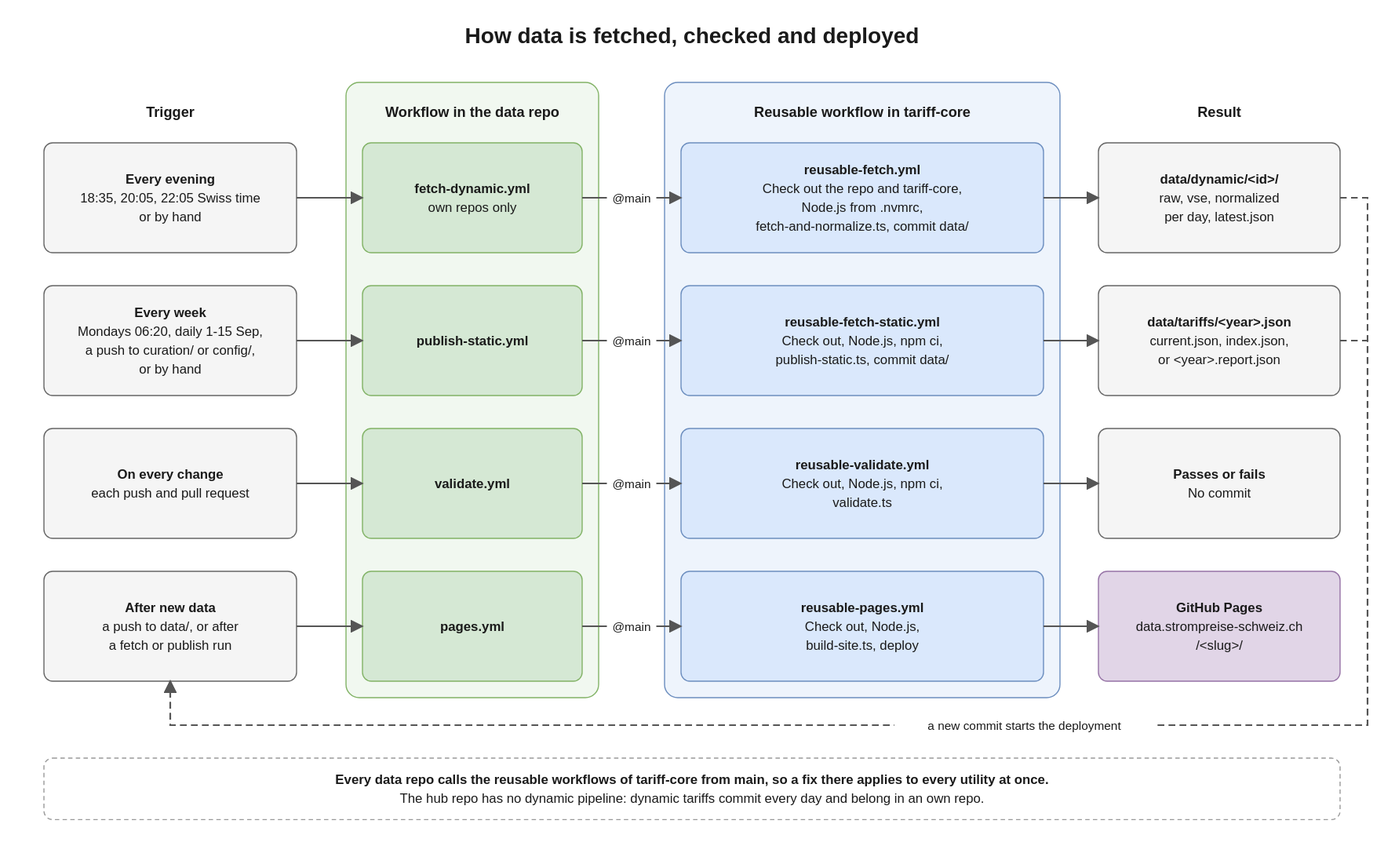
Strompreise-Schweiz/.github keeps this draw.io diagram as assets/deployment.drawio.svg. Above is the earlier version. Source tidied: cells renumbered, new cells last; positions are measured from the earlier drawing's top-left corner, leaving out a move shared by most shapes.
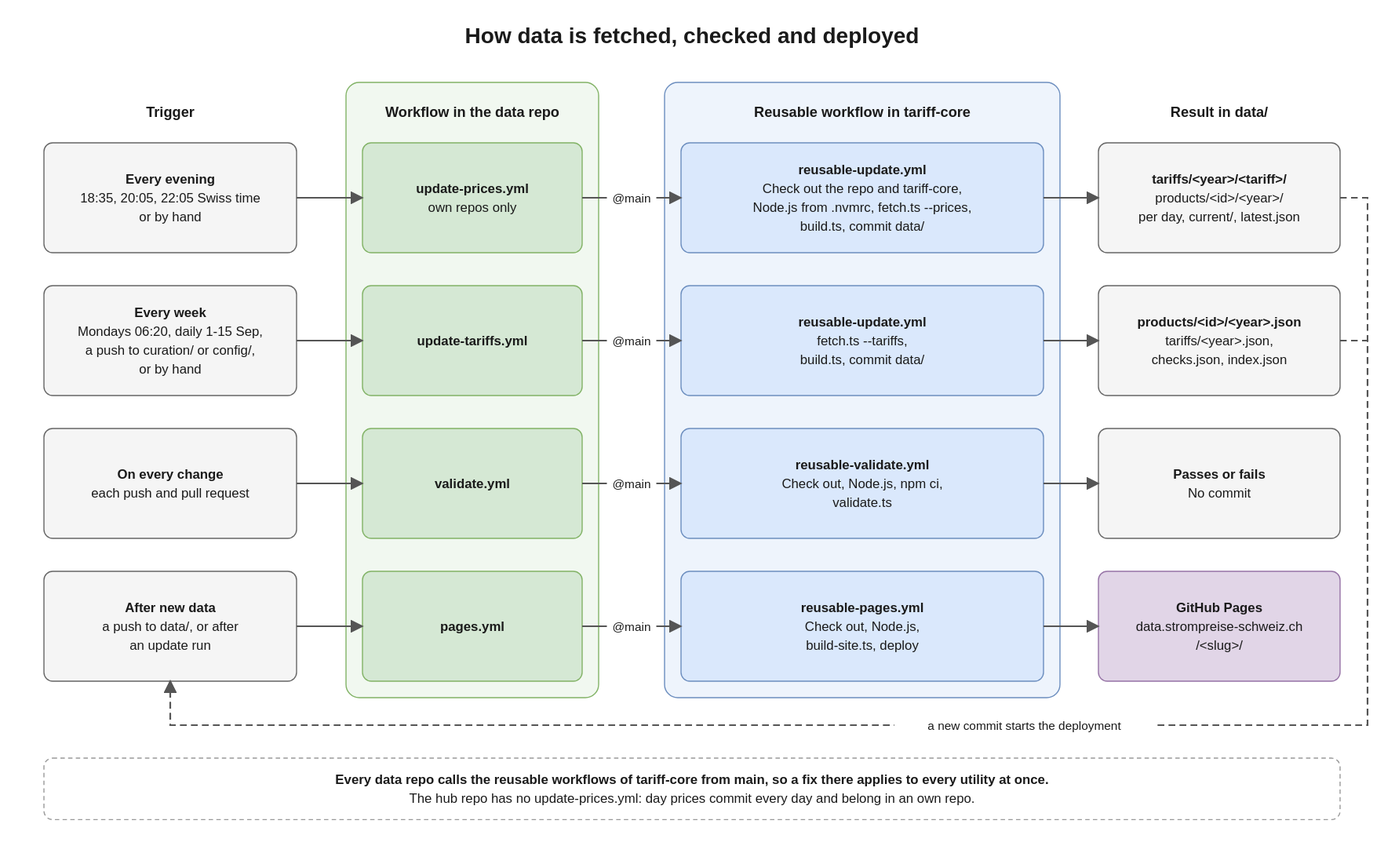
After the commit.

Commit message:
Update the deployment diagram and the profile to tariff-core 5.0.0

What changed in the source:
```diff
@@ -20,31 +20,31 @@
     <mxCell id="7" value="Reusable workflow in tariff-core" style="text;whiteSpace=wrap;html=1;fillColor=none;strokeColor=none;fontSize=13;fontColor=#1a1a1a;fontFamily=Helvetica;align=center;verticalAlign=middle;fontStyle=1;" parent="1" vertex="1">
       <mxGeometry x="580" y="70" width="330" height="34" as="geometry" />
     </mxCell>
-    <mxCell id="8" value="Result" style="text;whiteSpace=wrap;html=1;fillColor=none;strokeColor=none;fontSize=13;fontColor=#1a1a1a;fontFamily=Helvetica;align=center;verticalAlign=middle;fontStyle=1;" parent="1" vertex="1">
+    <mxCell id="8" value="Result in data/" style="text;whiteSpace=wrap;html=1;fillColor=none;strokeColor=none;fontSize=13;fontColor=#1a1a1a;fontFamily=Helvetica;align=center;verticalAlign=middle;fontStyle=1;" parent="1" vertex="1">
       <mxGeometry x="960" y="70" width="220" height="34" as="geometry" />
     </mxCell>
     <mxCell id="9" value="&lt;b&gt;Every evening&lt;/b&gt;&lt;br&gt;18:35, 20:05, 22:05 Swiss time&lt;br&gt;or by hand" style="rounded=1;absoluteArcSize=1;arcSize=16;whiteSpace=wrap;html=1;fillColor=#f5f5f5;strokeColor=#666666;fontSize=12;fontColor=#1a1a1a;fontFamily=Helvetica;align=center;verticalAlign=middle;" parent="1" vertex="1">
       <mxGeometry y="115" width="230" height="100" as="geometry" />
     </mxCell>
-    <mxCell id="10" value="&lt;b&gt;fetch-dynamic.yml&lt;/b&gt;&lt;br&gt;own repos only" style="rounded=1;absoluteArcSize=1;arcSize=16;whiteSpace=wrap;html=1;fillColor=#d5e8d4;strokeColor=#82b366;fontSize=12;fontColor=#1a1a1a;fontFamily=Helvetica;align=center;verticalAlign=middle;" parent="1" vertex="1">
+    <mxCell id="10" value="&lt;b&gt;update-prices.yml&lt;/b&gt;&lt;br&gt;own repos only" style="rounded=1;absoluteArcSize=1;arcSize=16;whiteSpace=wrap;html=1;fillColor=#d5e8d4;strokeColor=#82b366;fontSize=12;fontColor=#1a1a1a;fontFamily=Helvetica;align=center;verticalAlign=middle;" parent="1" vertex="1">
       <mxGeometry x="290" y="115" width="200" height="100" as="geometry" />
     </mxCell>
-    <mxCell id="11" value="&lt;b&gt;reusable-fetch.yml&lt;/b&gt;&lt;br&gt;Check out the repo and tariff-core,&lt;br&gt;Node.js from .nvmrc,&lt;br&gt;fetch-and-normalize.ts, commit data/" style="rounded=1;absoluteArcSize=1;arcSize=16;whiteSpace=wrap;html=1;fillColor=#dae8fc;strokeColor=#6c8ebf;fontSize=12;fontColor=#1a1a1a;fontFamily=Helvetica;align=center;verticalAlign=middle;" parent="1" vertex="1">
+    <mxCell id="11" value="&lt;b&gt;reusable-update.yml&lt;/b&gt;&lt;br&gt;Check out the repo and tariff-core,&lt;br&gt;Node.js from .nvmrc, fetch.ts --prices,&lt;br&gt;build.ts, commit data/" style="rounded=1;absoluteArcSize=1;arcSize=16;whiteSpace=wrap;html=1;fillColor=#dae8fc;strokeColor=#6c8ebf;fontSize=12;fontColor=#1a1a1a;fontFamily=Helvetica;align=center;verticalAlign=middle;" parent="1" vertex="1">
       <mxGeometry x="580" y="115" width="330" height="100" as="geometry" />
     </mxCell>
-    <mxCell id="12" value="&lt;b&gt;data/dynamic/&amp;lt;id&amp;gt;/&lt;/b&gt;&lt;br&gt;raw, vse, normalized&lt;br&gt;per day, latest.json" style="rounded=1;absoluteArcSize=1;arcSize=16;whiteSpace=wrap;html=1;fillColor=#f5f5f5;strokeColor=#666666;fontSize=12;fontColor=#1a1a1a;fontFamily=Helvetica;align=center;verticalAlign=middle;" parent="1" vertex="1">
+    <mxCell id="12" value="&lt;b&gt;tariffs/&amp;lt;year&amp;gt;/&amp;lt;tariff&amp;gt;/&lt;/b&gt;&lt;br&gt;products/&amp;lt;id&amp;gt;/&amp;lt;year&amp;gt;/&lt;br&gt;per day, current/, latest.json" style="rounded=1;absoluteArcSize=1;arcSize=16;whiteSpace=wrap;html=1;fillColor=#f5f5f5;strokeColor=#666666;fontSize=12;fontColor=#1a1a1a;fontFamily=Helvetica;align=center;verticalAlign=middle;" parent="1" vertex="1">
       <mxGeometry x="960" y="115" width="220" height="100" as="geometry" />
     </mxCell>
     <mxCell id="13" value="&lt;b&gt;Every week&lt;/b&gt;&lt;br&gt;Mondays 06:20, daily 1-15 Sep,&lt;br&gt;a push to curation/ or config/,&lt;br&gt;or by hand" style="rounded=1;absoluteArcSize=1;arcSize=16;whiteSpace=wrap;html=1;fillColor=#f5f5f5;strokeColor=#666666;fontSize=12;fontColor=#1a1a1a;fontFamily=Helvetica;align=center;verticalAlign=middle;" parent="1" vertex="1">
       <mxGeometry y="245" width="230" height="100" as="geometry" />
     </mxCell>
-    <mxCell id="14" value="&lt;b&gt;publish-static.yml&lt;/b&gt;" style="rounded=1;absoluteArcSize=1;arcSize=16;whiteSpace=wrap;html=1;fillColor=#d5e8d4;strokeColor=#82b366;fontSize=12;fontColor=#1a1a1a;fontFamily=Helvetica;align=center;verticalAlign=middle;" parent="1" vertex="1">
+    <mxCell id="14" value="&lt;b&gt;update-tariffs.yml&lt;/b&gt;" style="rounded=1;absoluteArcSize=1;arcSize=16;whiteSpace=wrap;html=1;fillColor=#d5e8d4;strokeColor=#82b366;fontSize=12;fontColor=#1a1a1a;fontFamily=Helvetica;align=center;verticalAlign=middle;" parent="1" vertex="1">
       <mxGeometry x="290" y="245" width="200" height="100" as="geometry" />
     </mxCell>
-    <mxCell id="15" value="&lt;b&gt;reusable-fetch-static.yml&lt;/b&gt;&lt;br&gt;Check out, Node.js, npm ci,&lt;br&gt;publish-static.ts, commit data/" style="rounded=1;absoluteArcSize=1;arcSize=16;whiteSpace=wrap;html=1;fillColor=#dae8fc;strokeColor=#6c8ebf;fontSize=12;fontColor=#1a1a1a;fontFamily=Helvetica;align=center;verticalAlign=middle;" parent="1" vertex="1">
+    <mxCell id="15" value="&lt;b&gt;reusable-update.yml&lt;/b&gt;&lt;br&gt;fetch.ts --tariffs,&lt;br&gt;build.ts, commit data/" style="rounded=1;absoluteArcSize=1;arcSize=16;whiteSpace=wrap;html=1;fillColor=#dae8fc;strokeColor=#6c8ebf;fontSize=12;fontColor=#1a1a1a;fontFamily=Helvetica;align=center;verticalAlign=middle;" parent="1" vertex="1">
       <mxGeometry x="580" y="245" width="330" height="100" as="geometry" />
     </mxCell>
-    <mxCell id="16" value="&lt;b&gt;data/tariffs/&amp;lt;year&amp;gt;.json&lt;/b&gt;&lt;br&gt;current.json, index.json,&lt;br&gt;or &amp;lt;year&amp;gt;.report.json" style="rounded=1;absoluteArcSize=1;arcSize=16;whiteSpace=wrap;html=1;fillColor=#f5f5f5;strokeColor=#666666;fontSize=12;fontColor=#1a1a1a;fontFamily=Helvetica;align=center;verticalAlign=middle;" parent="1" vertex="1">
+    <mxCell id="16" value="&lt;b&gt;products/&amp;lt;id&amp;gt;/&amp;lt;year&amp;gt;.json&lt;/b&gt;&lt;br&gt;tariffs/&amp;lt;year&amp;gt;.json,&lt;br&gt;checks.json, index.json" style="rounded=1;absoluteArcSize=1;arcSize=16;whiteSpace=wrap;html=1;fillColor=#f5f5f5;strokeColor=#666666;fontSize=12;fontColor=#1a1a1a;fontFamily=Helvetica;align=center;verticalAlign=middle;" parent="1" vertex="1">
       <mxGeometry x="960" y="245" width="220" height="100" as="geometry" />
     </mxCell>
     <mxCell id="17" value="&lt;b&gt;On every change&lt;/b&gt;&lt;br&gt;each push and pull request" style="rounded=1;absoluteArcSize=1;arcSize=16;whiteSpace=wrap;html=1;fillColor=#f5f5f5;strokeColor=#666666;fontSize=12;fontColor=#1a1a1a;fontFamily=Helvetica;align=center;verticalAlign=middle;" parent="1" vertex="1">
@@ -59,7 +59,7 @@
     <mxCell id="20" value="&lt;b&gt;Passes or fails&lt;/b&gt;&lt;br&gt;No commit" style="rounded=1;absoluteArcSize=1;arcSize=16;whiteSpace=wrap;html=1;fillColor=#f5f5f5;strokeColor=#666666;fontSize=12;fontColor=#1a1a1a;fontFamily=Helvetica;align=center;verticalAlign=middle;" parent="1" vertex="1">
       <mxGeometry x="960" y="375" width="220" height="100" as="geometry" />
     </mxCell>
-    <mxCell id="21" value="&lt;b&gt;After new data&lt;/b&gt;&lt;br&gt;a push to data/, or after&lt;br&gt;a fetch or publish run" style="rounded=1;absoluteArcSize=1;arcSize=16;whiteSpace=wrap;html=1;fillColor=#f5f5f5;strokeColor=#666666;fontSize=12;fontColor=#1a1a1a;fontFamily=Helvetica;align=center;verticalAlign=middle;" parent="1" vertex="1">
+    <mxCell id="21" value="&lt;b&gt;After new data&lt;/b&gt;&lt;br&gt;a push to data/, or after&lt;br&gt;an update run" style="rounded=1;absoluteArcSize=1;arcSize=16;whiteSpace=wrap;html=1;fillColor=#f5f5f5;strokeColor=#666666;fontSize=12;fontColor=#1a1a1a;fontFamily=Helvetica;align=center;verticalAlign=middle;" parent="1" vertex="1">
       <mxGeometry y="505" width="230" height="100" as="geometry" />
     </mxCell>
     <mxCell id="22" value="&lt;b&gt;pages.yml&lt;/b&gt;" style="rounded=1;absoluteArcSize=1;arcSize=16;whiteSpace=wrap;html=1;fillColor=#d5e8d4;strokeColor=#82b366;fontSize=12;fontColor=#1a1a1a;fontFamily=Helvetica;align=center;verticalAlign=middle;" parent="1" vertex="1">
@@ -71,7 +71,7 @@
     <mxCell id="24" value="&lt;b&gt;GitHub Pages&lt;/b&gt;&lt;br&gt;data.strompreise-schweiz.ch&lt;br&gt;/&amp;lt;slug&amp;gt;/" style="rounded=1;absoluteArcSize=1;arcSize=16;whiteSpace=wrap;html=1;fillColor=#e1d5e7;strokeColor=#9673a6;fontSize=12;fontColor=#1a1a1a;fontFamily=Helvetica;align=center;verticalAlign=middle;" parent="1" vertex="1">
       <mxGeometry x="960" y="505" width="220" height="100" as="geometry" />
     </mxCell>
-    <mxCell id="25" value="&lt;b&gt;Every data repo calls the reusable workflows of tariff-core from main, so a fix there applies to every utility at once.&lt;/b&gt;&lt;br&gt;The hub repo has no dynamic pipeline: dynamic tariffs commit every day and belong in an own repo." style="rounded=1;absoluteArcSize=1;arcSize=16;whiteSpace=wrap;html=1;fillColor=#ffffff;strokeColor=#999999;fontSize=12;fontColor=#1a1a1a;fontFamily=Helvetica;align=center;verticalAlign=middle;dashed=1;" parent="1" vertex="1">
+    <mxCell id="25" value="&lt;b&gt;Every data repo calls the reusable workflows of tariff-core from main, so a fix there applies to every utility at once.&lt;/b&gt;&lt;br&gt;The hub repo has no update-prices.yml: day prices commit every day and belong in an own repo." style="rounded=1;absoluteArcSize=1;arcSize=16;whiteSpace=wrap;html=1;fillColor=#ffffff;strokeColor=#999999;fontSize=12;fontColor=#1a1a1a;fontFamily=Helvetica;align=center;verticalAlign=middle;dashed=1;" parent="1" vertex="1">
       <mxGeometry y="675" width="1180" height="56" as="geometry" />
     </mxCell>
     <mxCell id="26" style="edgeStyle=none;rounded=0;html=1;endArrow=block;endFill=1;strokeColor=#555555;strokeWidth=1.5;fontSize=11;fontColor=#1a1a1a;fontFamily=Helvetica;labelBackgroundColor=#ffffff;exitX=1;exitY=0.5;exitDx=0;exitDy=0;entryX=0;entryY=0.5;entryDx=0;entryDy=0;" parent="1" edge="1" source="9" target="10">
```
